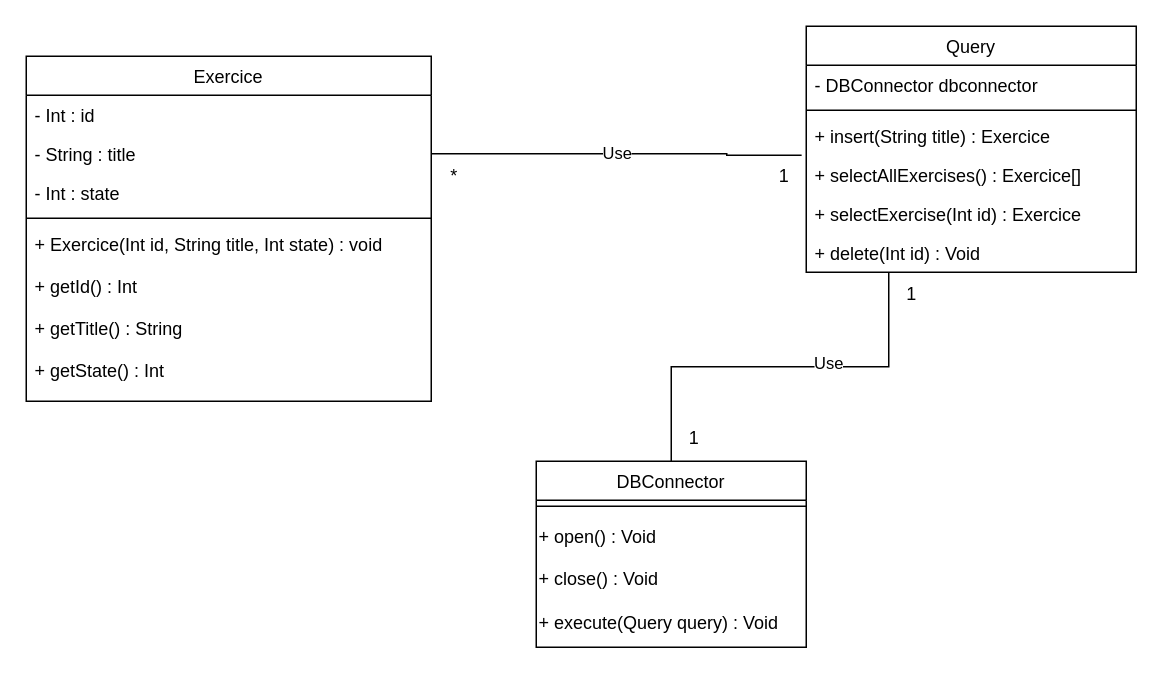
CPNV-ES/MAW1.1-JLR-JBD keeps this draw.io diagram as Documentation/DiagrammeClasse_JBD.drawio. Above is the earlier version. Source tidied: cells renumbered, new cells numbered last; positions are measured from the earlier drawing's top-left corner, leaving out a move shared by most shapes. Both pictures are drawn from the tidied source at 150%, with x=0, y=0 at pixel (26, 26).
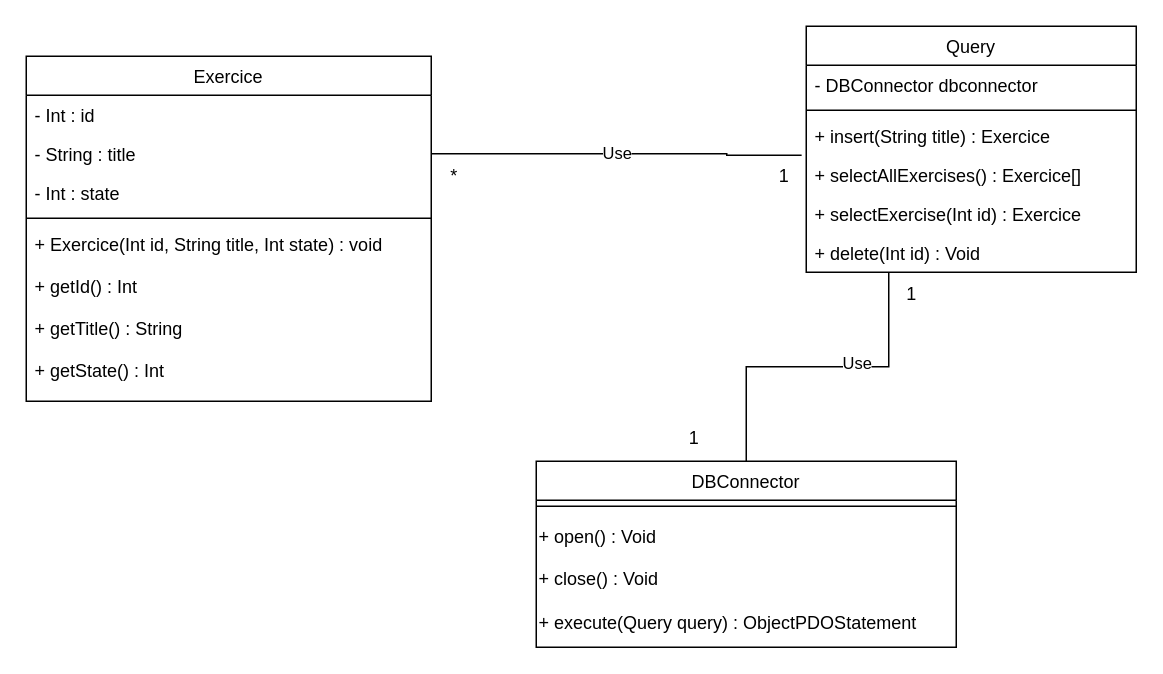
The same page after the edit.

Commit message (it also covers changes not shown here):
modified class diagram

Diff of the diagram source:
```diff
@@
     <mxCell id="8" value="DBConnector" style="swimlane;fontStyle=0;align=center;verticalAlign=top;horizontal=1;startSize=26;rounded=0;shadow=0;strokeWidth=1;" parent="1" vertex="1">
-      <mxGeometry x="340" y="290" width="180" height="124" as="geometry" />
+      <mxGeometry x="340" y="290" width="280" height="124" as="geometry" />
     </mxCell>
     <mxCell id="9" style="line;html=1;strokeWidth=1;align=left;verticalAlign=middle;spacingTop=-1;spacingLeft=3;spacingRight=3;labelPosition=right;" parent="8" vertex="1">
-      <mxGeometry y="26" width="180" height="8" as="geometry" />
+      <mxGeometry y="26" width="280" height="8" as="geometry" />
     </mxCell>
-    <mxCell id="10" value="+ open() : Void&lt;br&gt;&lt;br&gt;+ close() : Void&lt;br&gt;&lt;br&gt;+ execute(Query query) : Void" style="text;html=1;align=left;verticalAlign=middle;strokeColor=none;fillColor=none;" parent="8" vertex="1">
-      <mxGeometry y="34" width="180" height="90" as="geometry" />
+    <mxCell id="10" value="+ open() : Void&lt;br&gt;&lt;br&gt;+ close() : Void&lt;br&gt;&lt;br&gt;+ execute(Query query) : ObjectPDOStatement" style="text;html=1;align=left;verticalAlign=middle;strokeColor=none;fillColor=none;" parent="8" vertex="1">
+      <mxGeometry y="34" width="280" height="90" as="geometry" />
     </mxCell>
```
